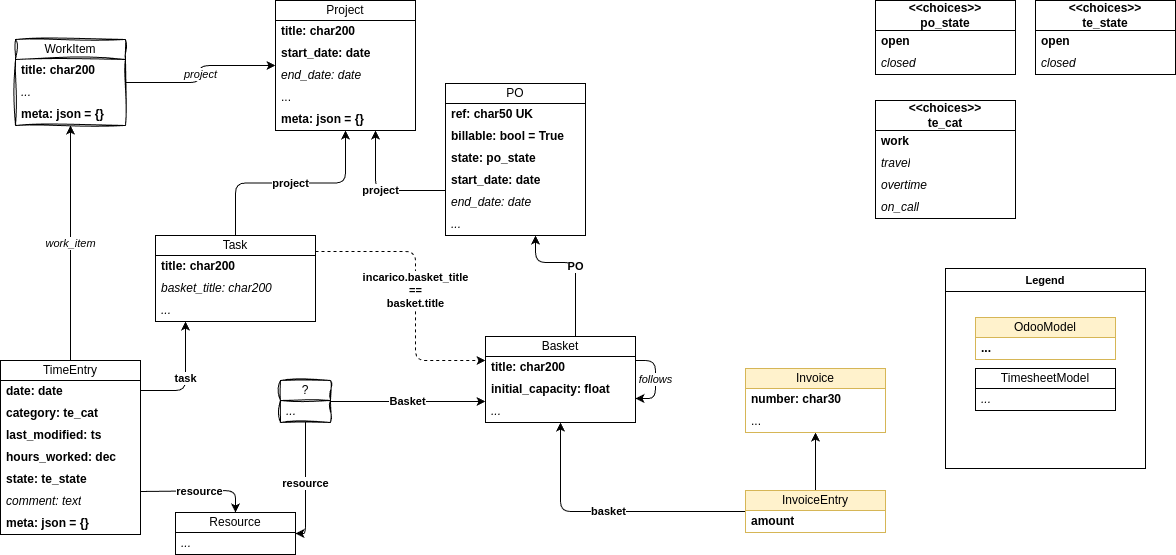
This is docs/wiki/Timesheet.drawio.png from k-tech-italy/krm3, a draw.io export, as it was before one commit. Source tidied: cells renumbered, new cells last; positions are measured from the earlier drawing's top-left corner, leaving out a move shared by most shapes.
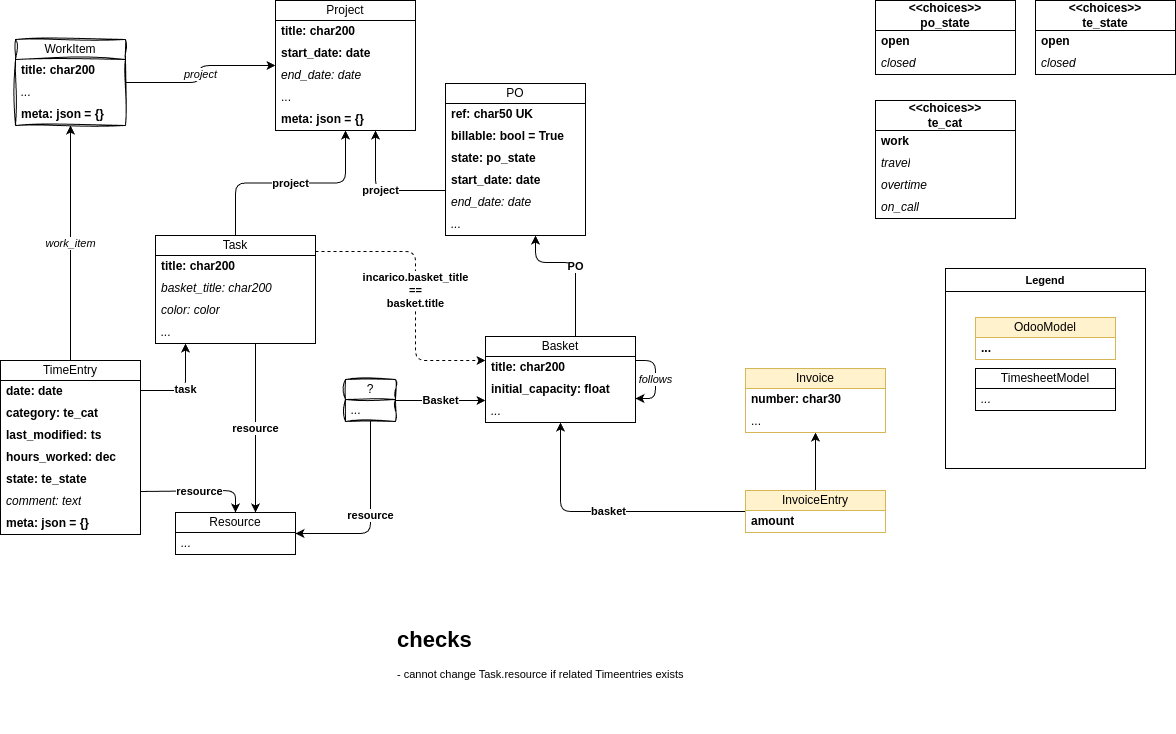
Later version of the same file.

Change to the diagram source:
```diff
@@ -141,7 +141,7 @@
     <mxCell id="40" value="resource" style="edgeStyle=orthogonalEdgeStyle;shape=connector;curved=0;rounded=1;jumpStyle=arc;jettySize=auto;html=1;strokeColor=default;align=center;verticalAlign=middle;fontFamily=Helvetica;fontSize=11;fontColor=default;labelBackgroundColor=default;endArrow=classic;fontStyle=1;" parent="1" edge="1" source="42" target="19">
       <mxGeometry relative="1" as="geometry">
         <Array as="points">
-          <mxPoint x="305" y="533" />
+          <mxPoint x="370" y="533" />
         </Array>
       </mxGeometry>
     </mxCell>
@@ -153,7 +153,7 @@
       </mxGeometry>
     </mxCell>
     <mxCell id="42" value="?" style="swimlane;fontStyle=0;horizontal=1;startSize=20;whiteSpace=wrap;html=1;sketch=1;curveFitting=1;jiggle=2;" parent="1" vertex="1">
-      <mxGeometry x="280" y="380" width="50" height="42" as="geometry" />
+      <mxGeometry x="345" y="379" width="50" height="42" as="geometry" />
     </mxCell>
     <mxCell id="43" value="..." style="text;strokeColor=none;fillColor=none;align=left;verticalAlign=middle;spacingLeft=4;spacingRight=4;overflow=hidden;whiteSpace=wrap;html=1;fontStyle=2;" parent="42" vertex="1">
       <mxGeometry y="20" width="50" height="22" as="geometry" />
@@ -198,7 +198,7 @@
       <mxGeometry relative="1" as="geometry" />
     </mxCell>
     <mxCell id="54" value="Task" style="swimlane;fontStyle=0;horizontal=1;startSize=20;whiteSpace=wrap;html=1;" parent="1" vertex="1">
-      <mxGeometry x="155" y="235" width="160" height="86" as="geometry" />
+      <mxGeometry x="155" y="235" width="160" height="108" as="geometry" />
     </mxCell>
     <mxCell id="55" value="title: char200" style="text;strokeColor=none;fillColor=none;align=left;verticalAlign=middle;spacingLeft=4;spacingRight=4;overflow=hidden;whiteSpace=wrap;html=1;fontStyle=1;" parent="54" vertex="1">
       <mxGeometry y="20" width="160" height="22" as="geometry" />
@@ -206,8 +206,11 @@
     <mxCell id="56" value="basket_title: char200" style="text;strokeColor=none;fillColor=none;align=left;verticalAlign=middle;spacingLeft=4;spacingRight=4;overflow=hidden;whiteSpace=wrap;html=1;fontStyle=2;" parent="54" vertex="1">
       <mxGeometry y="42" width="160" height="22" as="geometry" />
     </mxCell>
+    <mxCell id="73" value="color: color" style="text;strokeColor=none;fillColor=none;align=left;verticalAlign=middle;spacingLeft=4;spacingRight=4;overflow=hidden;whiteSpace=wrap;html=1;fontStyle=2;" parent="54" vertex="1">
+      <mxGeometry y="64" width="160" height="22" as="geometry" />
+    </mxCell>
     <mxCell id="57" value="..." style="text;strokeColor=none;fillColor=none;align=left;verticalAlign=middle;spacingLeft=4;spacingRight=4;overflow=hidden;whiteSpace=wrap;html=1;fontStyle=2;" parent="54" vertex="1">
-      <mxGeometry y="64" width="160" height="22" as="geometry" />
+      <mxGeometry y="86" width="160" height="22" as="geometry" />
     </mxCell>
     <mxCell id="58" value="basket" style="edgeStyle=orthogonalEdgeStyle;shape=connector;curved=0;rounded=1;jumpStyle=arc;jettySize=auto;html=1;strokeColor=default;align=center;verticalAlign=middle;fontFamily=Helvetica;fontSize=11;fontColor=default;labelBackgroundColor=default;endArrow=classic;fontStyle=1;" parent="1" edge="1" source="60" target="45">
       <mxGeometry relative="1" as="geometry" />
@@ -254,5 +257,16 @@
     <mxCell id="72" value="closed" style="text;strokeColor=none;fillColor=none;align=left;verticalAlign=middle;spacingLeft=4;spacingRight=4;overflow=hidden;whiteSpace=wrap;html=1;fontStyle=2;" parent="70" vertex="1">
       <mxGeometry y="52" width="140" height="22" as="geometry" />
     </mxCell>
+    <mxCell id="74" value="resource" style="edgeStyle=orthogonalEdgeStyle;shape=connector;curved=0;rounded=1;jumpStyle=arc;jettySize=auto;html=1;strokeColor=default;align=center;verticalAlign=middle;fontFamily=Helvetica;fontSize=11;fontColor=default;labelBackgroundColor=default;endArrow=classic;fontStyle=1;" parent="1" edge="1" source="54" target="19">
+      <mxGeometry relative="1" as="geometry">
+        <Array as="points">
+          <mxPoint x="255" y="440" />
+          <mxPoint x="255" y="440" />
+        </Array>
+      </mxGeometry>
+    </mxCell>
+    <mxCell id="75" value="&lt;h1 style=&quot;margin-top: 0px;&quot;&gt;checks&lt;/h1&gt;&lt;p&gt;- cannot change Task.resource if related Timeentries exists&lt;/p&gt;" style="text;html=1;whiteSpace=wrap;overflow=hidden;rounded=0;fontFamily=Helvetica;fontSize=11;fontColor=default;labelBackgroundColor=default;" parent="1" vertex="1">
+      <mxGeometry x="395" y="620" width="330" height="110" as="geometry" />
+    </mxCell>
   </root>
 </mxGraphModel>
```
